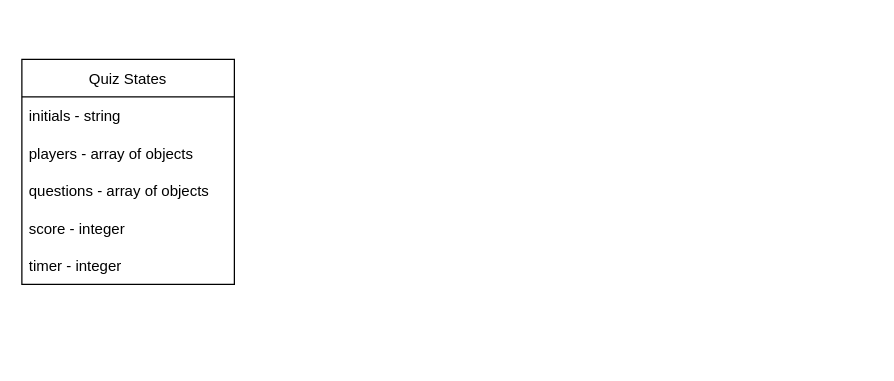
This is React-Quiz-Diagram.drawio from Joeseff6/React-Quiz, a draw.io file, before an edit. Source tidied: cells renumbered, new cells numbered last; positions are measured from the earlier drawing's top-left corner, leaving out a move shared by most shapes. Both pictures are drawn from the tidied source at 125%, with x=0, y=0 at pixel (21, 59).
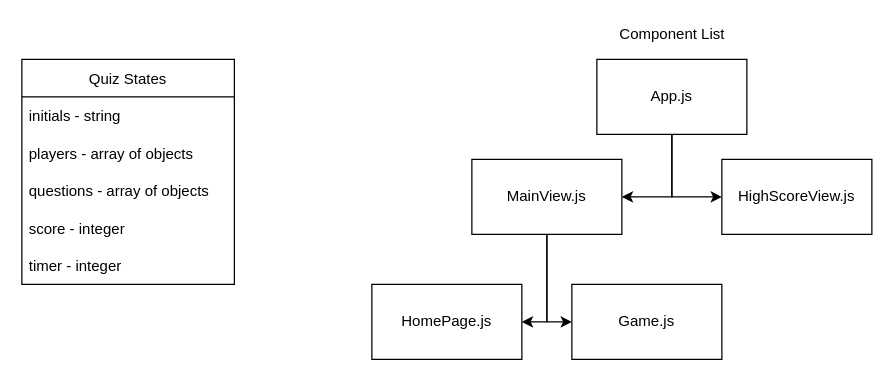
The same diagram, later.

Commit message:
Added potential component chart

What changed in the source:
```diff
@@
 <mxGraphModel>
   <root>
     <mxCell id="0" />
     <mxCell id="1" parent="0" />
     <mxCell id="2" value="Quiz States" style="swimlane;fontStyle=0;horizontal=1;startSize=30;" parent="1" vertex="1">
       <mxGeometry width="170" height="180" as="geometry" />
     </mxCell>
     <mxCell id="3" value="initials - string" style="text;strokeColor=none;fillColor=none;align=left;verticalAlign=middle;spacingLeft=4;spacingRight=4;overflow=hidden;" parent="2" vertex="1">
       <mxGeometry y="30" width="170" height="30" as="geometry" />
     </mxCell>
     <mxCell id="4" value="players - array of objects" style="text;strokeColor=none;fillColor=none;align=left;verticalAlign=middle;spacingLeft=4;spacingRight=4;overflow=hidden;" parent="2" vertex="1">
       <mxGeometry y="60" width="170" height="30" as="geometry" />
     </mxCell>
     <mxCell id="5" value="questions - array of objects" style="text;strokeColor=none;fillColor=none;align=left;verticalAlign=middle;spacingLeft=4;spacingRight=4;overflow=hidden;" parent="2" vertex="1">
       <mxGeometry y="90" width="170" height="30" as="geometry" />
     </mxCell>
     <mxCell id="6" value="score - integer" style="text;strokeColor=none;fillColor=none;align=left;verticalAlign=middle;spacingLeft=4;spacingRight=4;overflow=hidden;" parent="2" vertex="1">
       <mxGeometry y="120" width="170" height="30" as="geometry" />
     </mxCell>
     <mxCell id="7" value="timer - integer" style="text;strokeColor=none;fillColor=none;align=left;verticalAlign=middle;spacingLeft=4;spacingRight=4;overflow=hidden;" parent="2" vertex="1">
       <mxGeometry y="150" width="170" height="30" as="geometry" />
     </mxCell>
+    <mxCell id="8" style="edgeStyle=orthogonalEdgeStyle;rounded=0;jettySize=auto;html=1;exitX=0.5;exitY=1;exitDx=0;exitDy=0;entryX=1;entryY=0.5;entryDx=0;entryDy=0;" parent="1" edge="1" source="10" target="13">
+      <mxGeometry relative="1" as="geometry" />
+    </mxCell>
+    <mxCell id="9" style="edgeStyle=orthogonalEdgeStyle;rounded=0;jettySize=auto;html=1;exitX=0.5;exitY=1;exitDx=0;exitDy=0;entryX=0;entryY=0.5;entryDx=0;entryDy=0;" parent="1" edge="1" source="10" target="14">
+      <mxGeometry relative="1" as="geometry" />
+    </mxCell>
+    <mxCell id="10" value="App.js" style="rounded=0;whiteSpace=wrap;html=1;" parent="1" vertex="1">
+      <mxGeometry x="460" width="120" height="60" as="geometry" />
+    </mxCell>
+    <mxCell id="11" style="edgeStyle=orthogonalEdgeStyle;rounded=0;jettySize=auto;html=1;exitX=0.5;exitY=1;exitDx=0;exitDy=0;entryX=1;entryY=0.5;entryDx=0;entryDy=0;" parent="1" edge="1" source="13" target="15">
+      <mxGeometry relative="1" as="geometry" />
+    </mxCell>
+    <mxCell id="12" style="edgeStyle=orthogonalEdgeStyle;rounded=0;jettySize=auto;html=1;exitX=0.5;exitY=1;exitDx=0;exitDy=0;entryX=0;entryY=0.5;entryDx=0;entryDy=0;" parent="1" edge="1" source="13" target="16">
+      <mxGeometry relative="1" as="geometry" />
+    </mxCell>
+    <mxCell id="13" value="MainView.js" style="rounded=0;whiteSpace=wrap;html=1;" parent="1" vertex="1">
+      <mxGeometry x="360" y="80" width="120" height="60" as="geometry" />
+    </mxCell>
+    <mxCell id="14" value="HighScoreView.js" style="rounded=0;whiteSpace=wrap;html=1;" parent="1" vertex="1">
+      <mxGeometry x="560" y="80" width="120" height="60" as="geometry" />
+    </mxCell>
+    <mxCell id="15" value="HomePage.js" style="rounded=0;whiteSpace=wrap;html=1;" parent="1" vertex="1">
+      <mxGeometry x="280" y="180" width="120" height="60" as="geometry" />
+    </mxCell>
+    <mxCell id="16" value="Game.js" style="rounded=0;whiteSpace=wrap;html=1;" parent="1" vertex="1">
+      <mxGeometry x="440" y="180" width="120" height="60" as="geometry" />
+    </mxCell>
+    <mxCell id="17" value="Component List" style="text;html=1;align=center;verticalAlign=middle;strokeColor=none;fillColor=none;" parent="1" vertex="1">
+      <mxGeometry x="470" y="-30" width="100" height="20" as="geometry" />
+    </mxCell>
   </root>
 </mxGraphModel>
```
